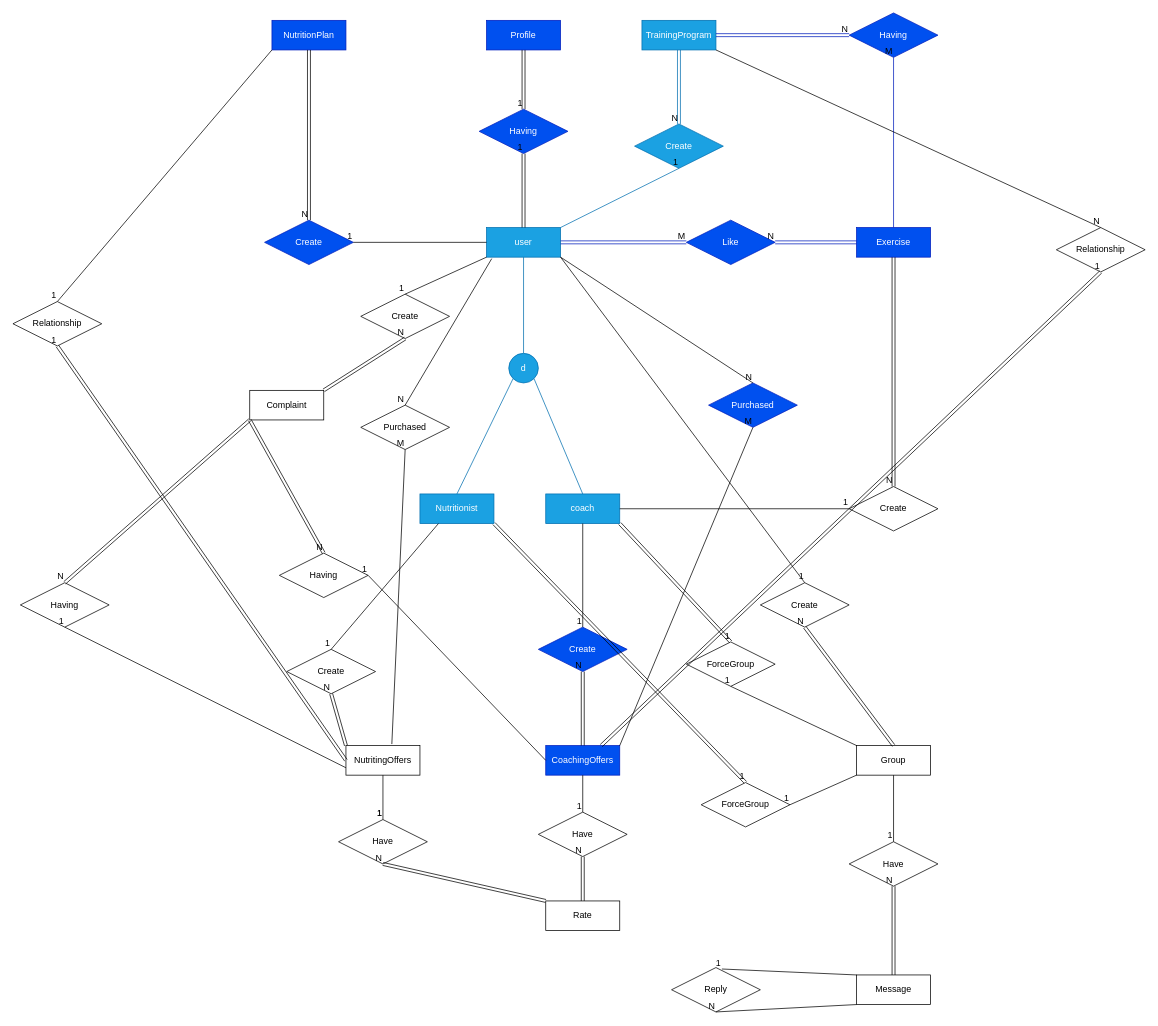
Above: Prequired/Untitled Diagram.drawio in abolfazlshahsavaryyy/FitGenius (draw.io), before the change. Source tidied: cells renumbered, new cells numbered last; positions are measured from the earlier drawing's top-left corner, leaving out a move shared by most shapes. Both pictures are drawn from the tidied source at 74%, with x=0, y=0 at pixel (13, 13).
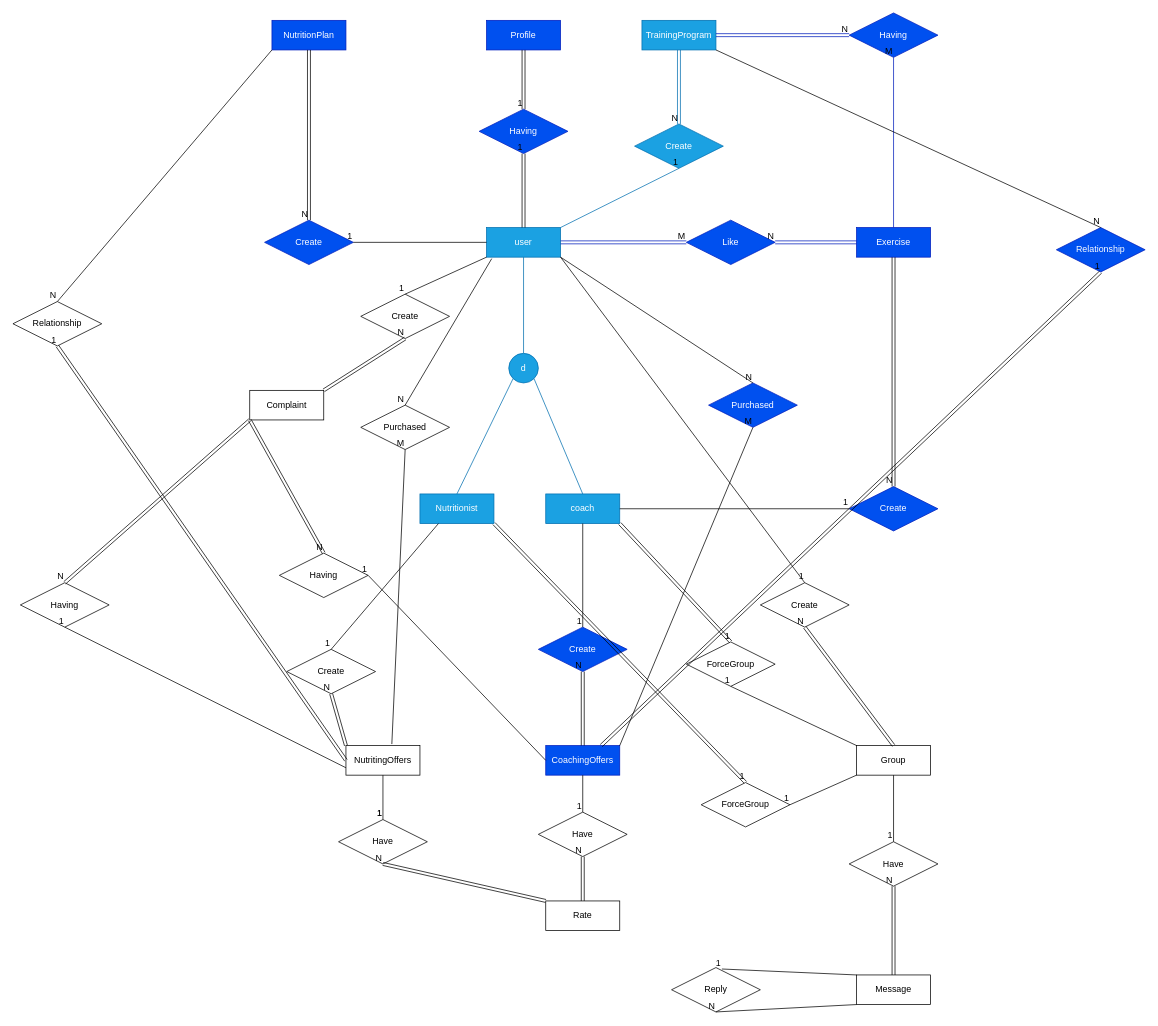
Above is the later version.

Unchanged cells that the change refers to:
```xml
<mxCell id="121" style="endArrow=none;html=1;rounded=0;entryX=0.5;entryY=0;entryDx=0;entryDy=0;exitX=0;exitY=1;exitDx=0;exitDy=0;" parent="1" edge="1" source="37" target="120">
  <mxGeometry relative="1" as="geometry" />
</mxCell>
```

Change to the diagram source:
```diff
@@
-    <mxCell id="27" value="Create" style="shape=rhombus;perimeter=rhombusPerimeter;whiteSpace=wrap;html=1;align=center;" parent="1" vertex="1">
+    <mxCell id="27" value="Create" style="shape=rhombus;perimeter=rhombusPerimeter;whiteSpace=wrap;html=1;align=center;fillColor=#0050ef;fontColor=#ffffff;strokeColor=#001DBC;" parent="1" vertex="1">
       <mxGeometry x="1130" y="640" width="120" height="60" as="geometry" />
     </mxCell>
@@
-    <mxCell id="115" value="Relationship" style="shape=rhombus;perimeter=rhombusPerimeter;whiteSpace=wrap;html=1;align=center;" parent="1" vertex="1">
+    <mxCell id="115" value="Relationship" style="shape=rhombus;perimeter=rhombusPerimeter;whiteSpace=wrap;html=1;align=center;fillColor=#0050ef;fontColor=#ffffff;strokeColor=#001DBC;" parent="1" vertex="1">
       <mxGeometry x="1410" y="290" width="120" height="60" as="geometry" />
     </mxCell>
@@
-    <mxCell id="122" value="1" style="html=1;whiteSpace=wrap;align=right;verticalAlign=bottom;" parent="121" vertex="1">
+    <mxCell id="122" value="N" style="html=1;whiteSpace=wrap;align=right;verticalAlign=bottom;" parent="121" vertex="1">
       <mxGeometry x="1" relative="1" as="geometry" />
     </mxCell>
```
